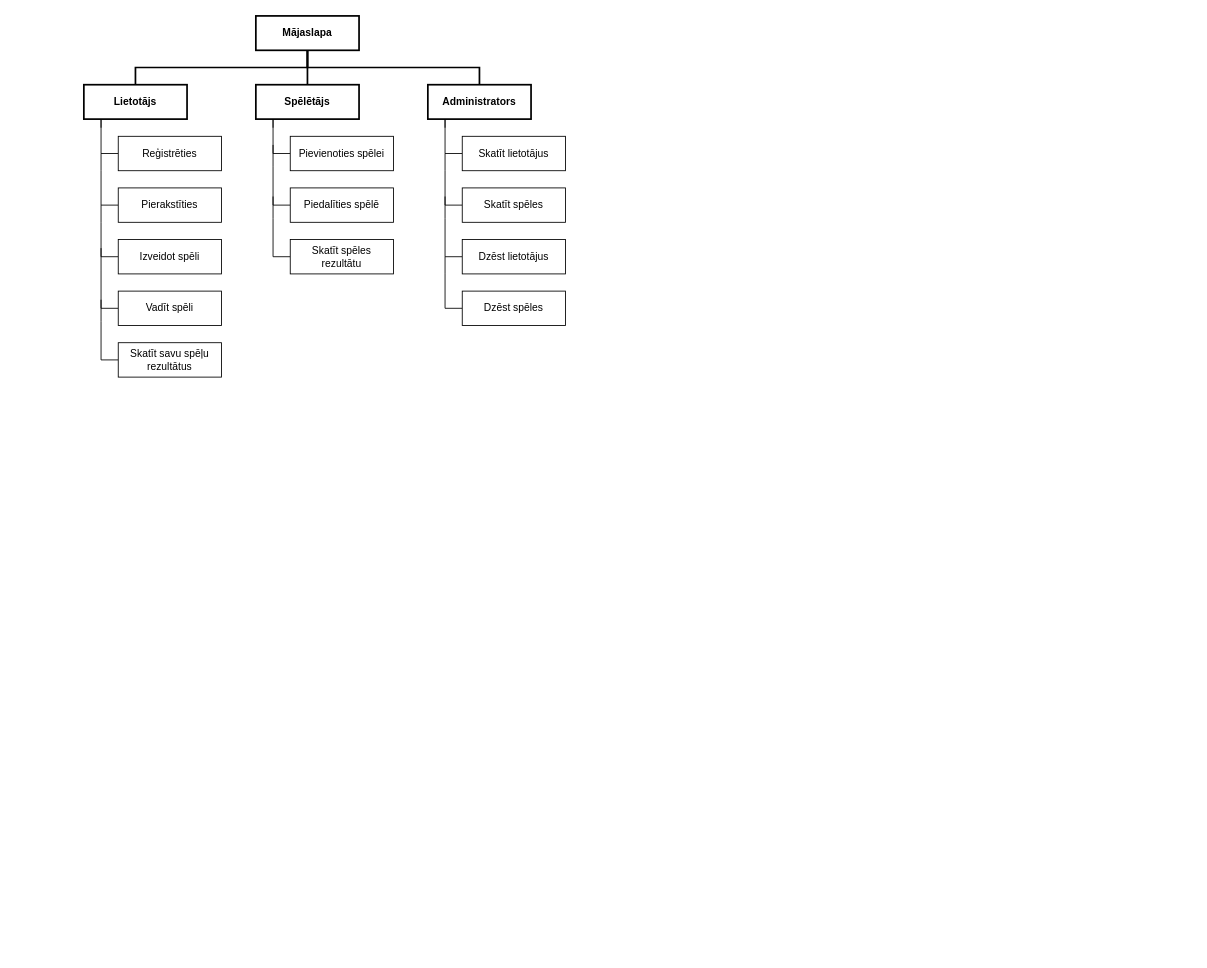
Above: dokumentacija/Dekompozicija.drawio in Edgars-P/RVT-Projekts-CardGame (draw.io), before the change. Source tidied: cells renumbered, new cells numbered last; positions are measured from the earlier drawing's top-left corner, leaving out a move shared by most shapes. Both pictures are drawn from the tidied source at 86%, with x=0, y=0 at pixel (83, 15).
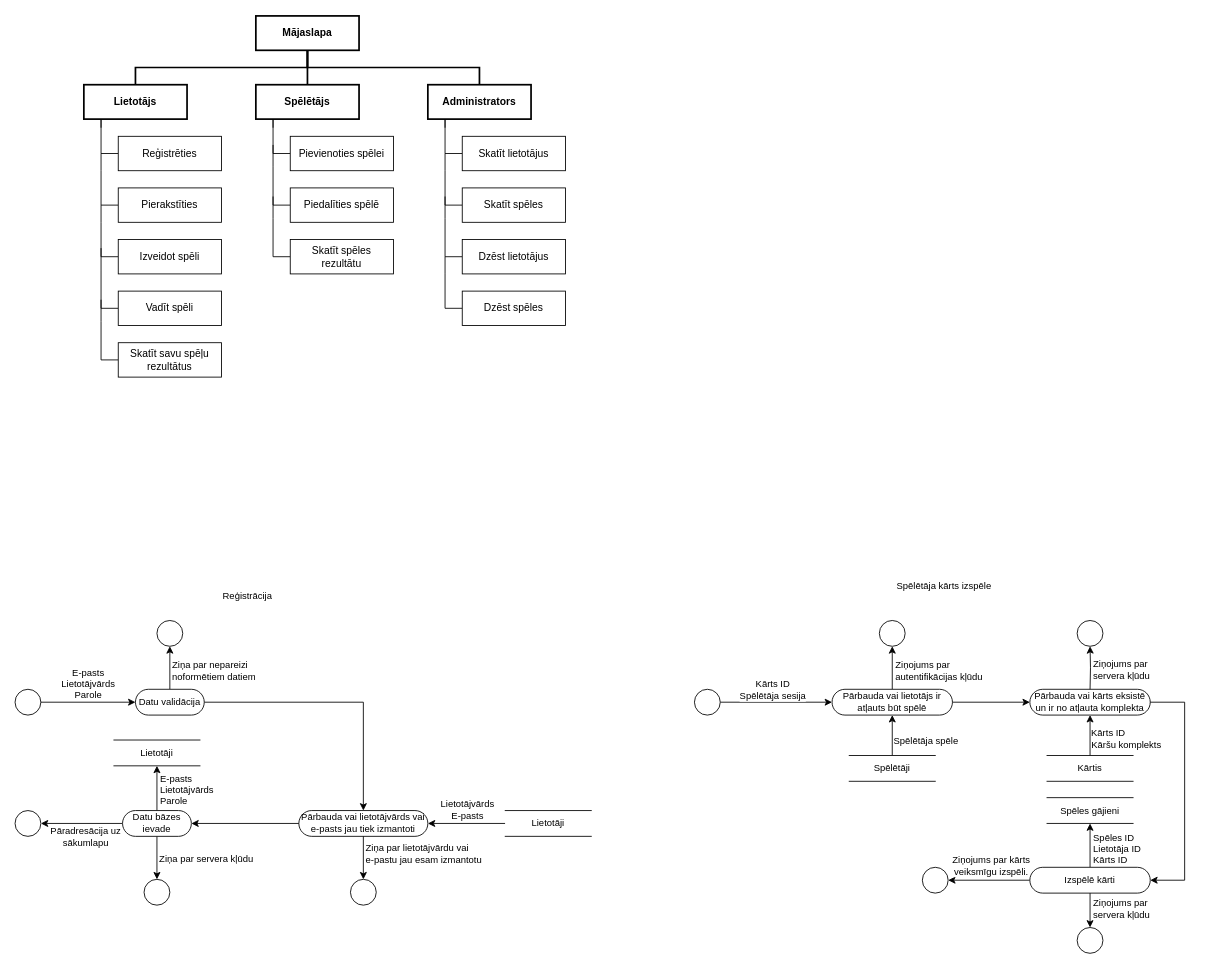
The same diagram, later.

The edit, as a diff of the source:
```diff
@@
+    <mxCell id="33" style="edgeStyle=orthogonalEdgeStyle;shape=connector;rounded=0;jettySize=auto;html=1;labelBackgroundColor=default;strokeColor=default;align=center;verticalAlign=middle;fontFamily=Helvetica;fontSize=11;fontColor=default;endArrow=classic;endFill=1;" parent="1" edge="1" source="35" target="39">
+      <mxGeometry relative="1" as="geometry" />
+    </mxCell>
+    <mxCell id="34" value="E-pasts&lt;br&gt;Lietotājvārds&lt;br&gt;Parole" style="edgeLabel;html=1;align=center;verticalAlign=middle;fontSize=11;fontFamily=Helvetica;fontColor=default;" parent="33" vertex="1">
+      <mxGeometry x="0.17" y="-1" relative="1" as="geometry">
+        <mxPoint x="-10" y="-23" as="offset" />
+      </mxGeometry>
+    </mxCell>
+    <mxCell id="35" style="shape=ellipse;html=1;dashed=0;whiteSpace=wrap;perimeter=ellipsePerimeter;fontFamily=Helvetica;fontSize=11;fontColor=default;" parent="1" vertex="1">
+      <mxGeometry x="-80" y="783" width="30" height="30" as="geometry" />
+    </mxCell>
+    <mxCell id="36" style="edgeStyle=orthogonalEdgeStyle;shape=connector;rounded=0;jettySize=auto;html=1;labelBackgroundColor=default;strokeColor=default;align=center;verticalAlign=middle;fontFamily=Helvetica;fontSize=11;fontColor=default;endArrow=classic;endFill=1;" parent="1" edge="1" source="39" target="40">
+      <mxGeometry relative="1" as="geometry" />
+    </mxCell>
+    <mxCell id="37" value="&lt;div align=&quot;left&quot;&gt;Ziņa par nepareizi &lt;br&gt;&lt;/div&gt;&lt;div align=&quot;left&quot;&gt;noformētiem datiem&lt;br&gt;&lt;/div&gt;" style="edgeLabel;html=1;align=left;verticalAlign=middle;fontSize=11;fontFamily=Helvetica;fontColor=default;" parent="36" vertex="1">
+      <mxGeometry x="0.08" y="1" relative="1" as="geometry">
+        <mxPoint x="2" y="5" as="offset" />
+      </mxGeometry>
+    </mxCell>
+    <mxCell id="38" style="edgeStyle=orthogonalEdgeStyle;shape=connector;rounded=0;jettySize=auto;html=1;labelBackgroundColor=default;strokeColor=default;align=center;verticalAlign=middle;fontFamily=Helvetica;fontSize=11;fontColor=default;endArrow=classic;endFill=1;" parent="1" edge="1" source="39" target="41">
+      <mxGeometry relative="1" as="geometry" />
+    </mxCell>
+    <mxCell id="39" value="Datu validācija" style="html=1;dashed=0;whiteSpace=wrap;shape=mxgraph.dfd.start;fontFamily=Helvetica;fontSize=11;fontColor=default;" parent="1" vertex="1">
+      <mxGeometry x="60" y="783" width="80" height="30" as="geometry" />
+    </mxCell>
+    <mxCell id="40" style="shape=ellipse;html=1;dashed=0;whiteSpace=wrap;perimeter=ellipsePerimeter;fontFamily=Helvetica;fontSize=11;fontColor=default;" parent="1" vertex="1">
+      <mxGeometry x="85" y="703" width="30" height="30" as="geometry" />
+    </mxCell>
+    <mxCell id="41" value="Pārbauda vai lietotājvārds vai e-pasts jau tiek izmantoti" style="html=1;dashed=0;whiteSpace=wrap;shape=mxgraph.dfd.start;fontFamily=Helvetica;fontSize=11;fontColor=default;" parent="1" vertex="1">
+      <mxGeometry x="250" y="924" width="150" height="30" as="geometry" />
+    </mxCell>
+    <mxCell id="42" style="edgeStyle=orthogonalEdgeStyle;shape=connector;rounded=0;jettySize=auto;html=1;labelBackgroundColor=default;strokeColor=default;align=center;verticalAlign=middle;fontFamily=Helvetica;fontSize=11;fontColor=default;endArrow=classic;endFill=1;exitX=0.5;exitY=0.5;exitDx=0;exitDy=15;exitPerimeter=0;" parent="1" edge="1" source="41" target="44">
+      <mxGeometry relative="1" as="geometry" />
+    </mxCell>
+    <mxCell id="43" value="&lt;div align=&quot;left&quot;&gt;Ziņa par lietotājvārdu vai&amp;nbsp;&lt;/div&gt;&lt;div align=&quot;left&quot;&gt;e-pastu jau esam izmantotu&lt;br&gt;&lt;/div&gt;" style="edgeLabel;html=1;align=left;verticalAlign=middle;fontSize=11;fontFamily=Helvetica;fontColor=default;" parent="42" vertex="1">
+      <mxGeometry x="0.08" y="1" relative="1" as="geometry">
+        <mxPoint y="-7" as="offset" />
+      </mxGeometry>
+    </mxCell>
+    <mxCell id="44" style="shape=ellipse;html=1;dashed=0;whiteSpace=wrap;perimeter=ellipsePerimeter;fontFamily=Helvetica;fontSize=11;fontColor=default;" parent="1" vertex="1">
+      <mxGeometry x="310" y="1004" width="30" height="30" as="geometry" />
+    </mxCell>
+    <mxCell id="45" style="edgeStyle=orthogonalEdgeStyle;shape=connector;rounded=0;jettySize=auto;html=1;labelBackgroundColor=default;strokeColor=default;align=center;verticalAlign=middle;fontFamily=Helvetica;fontSize=11;fontColor=default;endArrow=classic;endFill=1;" parent="1" edge="1" source="51" target="53">
+      <mxGeometry relative="1" as="geometry" />
+    </mxCell>
+    <mxCell id="46" value="Ziņa par servera kļūdu" style="edgeLabel;html=1;align=left;verticalAlign=middle;fontSize=11;fontFamily=Helvetica;fontColor=default;" parent="45" vertex="1">
+      <mxGeometry x="0.01" relative="1" as="geometry">
+        <mxPoint x="1" as="offset" />
+      </mxGeometry>
+    </mxCell>
+    <mxCell id="47" style="edgeStyle=orthogonalEdgeStyle;shape=connector;rounded=0;jettySize=auto;html=1;labelBackgroundColor=default;strokeColor=default;align=center;verticalAlign=middle;fontFamily=Helvetica;fontSize=11;fontColor=default;endArrow=classic;endFill=1;" parent="1" edge="1" source="51" target="54">
+      <mxGeometry relative="1" as="geometry" />
+    </mxCell>
+    <mxCell id="48" value="&lt;div align=&quot;left&quot;&gt;E-pasts&lt;br&gt;Lietotājvārds&lt;br&gt;&lt;/div&gt;&lt;div align=&quot;left&quot;&gt;Parole&lt;/div&gt;" style="edgeLabel;html=1;align=left;verticalAlign=middle;fontSize=11;fontFamily=Helvetica;fontColor=default;" parent="47" vertex="1">
+      <mxGeometry x="0.16" y="-2" relative="1" as="geometry">
+        <mxPoint y="5" as="offset" />
+      </mxGeometry>
+    </mxCell>
+    <mxCell id="49" style="edgeStyle=orthogonalEdgeStyle;shape=connector;rounded=0;jettySize=auto;html=1;labelBackgroundColor=default;strokeColor=default;align=center;verticalAlign=middle;fontFamily=Helvetica;fontSize=11;fontColor=default;endArrow=classic;endFill=1;" parent="1" edge="1" source="51" target="58">
+      <mxGeometry relative="1" as="geometry" />
+    </mxCell>
+    <mxCell id="50" value="Pāradresācija uz &lt;br&gt;sākumlapu" style="edgeLabel;html=1;align=center;verticalAlign=middle;fontSize=11;fontFamily=Helvetica;fontColor=default;" parent="49" vertex="1">
+      <mxGeometry x="0.19" y="2" relative="1" as="geometry">
+        <mxPoint x="13" y="13" as="offset" />
+      </mxGeometry>
+    </mxCell>
+    <mxCell id="51" value="Datu bāzes ievade" style="html=1;dashed=0;whiteSpace=wrap;shape=mxgraph.dfd.start;fontFamily=Helvetica;fontSize=11;fontColor=default;" parent="1" vertex="1">
+      <mxGeometry x="45" y="924" width="80" height="30" as="geometry" />
+    </mxCell>
+    <mxCell id="52" style="edgeStyle=orthogonalEdgeStyle;shape=connector;rounded=0;jettySize=auto;html=1;entryX=1;entryY=0.5;entryDx=0;entryDy=0;entryPerimeter=0;labelBackgroundColor=default;strokeColor=default;align=center;verticalAlign=middle;fontFamily=Helvetica;fontSize=11;fontColor=default;endArrow=classic;endFill=1;exitX=0;exitY=0.5;exitDx=0;exitDy=0;exitPerimeter=0;" parent="1" edge="1" source="41" target="51">
+      <mxGeometry relative="1" as="geometry" />
+    </mxCell>
+    <mxCell id="53" style="shape=ellipse;html=1;dashed=0;whiteSpace=wrap;perimeter=ellipsePerimeter;fontFamily=Helvetica;fontSize=11;fontColor=default;" parent="1" vertex="1">
+      <mxGeometry x="70" y="1004" width="30" height="30" as="geometry" />
+    </mxCell>
+    <mxCell id="54" value="Lietotāji" style="html=1;dashed=0;whiteSpace=wrap;shape=partialRectangle;right=0;left=0;fontFamily=Helvetica;fontSize=11;fontColor=default;" parent="1" vertex="1">
+      <mxGeometry x="35" y="842" width="100" height="30" as="geometry" />
+    </mxCell>
+    <mxCell id="55" style="edgeStyle=orthogonalEdgeStyle;shape=connector;rounded=0;jettySize=auto;html=1;labelBackgroundColor=default;strokeColor=default;align=center;verticalAlign=middle;fontFamily=Helvetica;fontSize=11;fontColor=default;endArrow=classic;endFill=1;" parent="1" edge="1" source="57" target="41">
+      <mxGeometry relative="1" as="geometry" />
+    </mxCell>
+    <mxCell id="56" value="&lt;div align=&quot;center&quot;&gt;Lietotājvārds&lt;br&gt;&lt;/div&gt;&lt;div align=&quot;center&quot;&gt;E-pasts&lt;br&gt;&lt;/div&gt;" style="edgeLabel;html=1;align=center;verticalAlign=middle;fontSize=11;fontFamily=Helvetica;fontColor=default;" parent="55" vertex="1">
+      <mxGeometry x="0.07" y="1" relative="1" as="geometry">
+        <mxPoint x="3" y="-18" as="offset" />
+      </mxGeometry>
+    </mxCell>
+    <mxCell id="57" value="Lietotāji" style="html=1;dashed=0;whiteSpace=wrap;shape=partialRectangle;right=0;left=0;fontFamily=Helvetica;fontSize=11;fontColor=default;" parent="1" vertex="1">
+      <mxGeometry x="490" y="924" width="100" height="30" as="geometry" />
+    </mxCell>
+    <mxCell id="58" style="shape=ellipse;html=1;dashed=0;whiteSpace=wrap;perimeter=ellipsePerimeter;fontFamily=Helvetica;fontSize=11;fontColor=default;" parent="1" vertex="1">
+      <mxGeometry x="-80" y="924" width="30" height="30" as="geometry" />
+    </mxCell>
+    <mxCell id="59" value="Reģistrācija" style="text;html=1;align=center;verticalAlign=middle;strokeColor=none;fillColor=none;fontSize=11;fontFamily=Helvetica;fontColor=default;" parent="1" vertex="1">
+      <mxGeometry x="150" y="660" width="80" height="30" as="geometry" />
+    </mxCell>
+    <mxCell id="60" style="edgeStyle=orthogonalEdgeStyle;shape=connector;rounded=0;jettySize=auto;html=1;labelBackgroundColor=default;strokeColor=default;align=center;verticalAlign=middle;fontFamily=Helvetica;fontSize=11;fontColor=default;endArrow=classic;endFill=1;" parent="1" edge="1" source="62" target="66">
+      <mxGeometry relative="1" as="geometry" />
+    </mxCell>
+    <mxCell id="61" value="Kārts ID&lt;br&gt;Spēlētāja sesija" style="edgeLabel;html=1;align=center;verticalAlign=middle;fontSize=11;fontFamily=Helvetica;fontColor=default;" parent="60" vertex="1">
+      <mxGeometry x="0.09" y="-1" relative="1" as="geometry">
+        <mxPoint x="-11" y="-16" as="offset" />
+      </mxGeometry>
+    </mxCell>
+    <mxCell id="62" style="shape=ellipse;html=1;dashed=0;whiteSpace=wrap;perimeter=ellipsePerimeter;fontFamily=Helvetica;fontSize=11;fontColor=default;" parent="1" vertex="1">
+      <mxGeometry x="710" y="783" width="30" height="30" as="geometry" />
+    </mxCell>
+    <mxCell id="63" style="edgeStyle=orthogonalEdgeStyle;shape=connector;rounded=0;jettySize=auto;html=1;labelBackgroundColor=default;strokeColor=default;align=center;verticalAlign=middle;fontFamily=Helvetica;fontSize=11;fontColor=default;endArrow=classic;endFill=1;" parent="1" edge="1" source="66" target="67">
+      <mxGeometry relative="1" as="geometry" />
+    </mxCell>
+    <mxCell id="64" value="&lt;div align=&quot;left&quot;&gt;Ziņojums par &lt;br&gt;autentifikācijas kļūdu&lt;br&gt;&lt;/div&gt;" style="edgeLabel;html=1;align=left;verticalAlign=middle;fontSize=11;fontFamily=Helvetica;fontColor=default;" parent="63" vertex="1">
+      <mxGeometry x="0.05" y="2" relative="1" as="geometry">
+        <mxPoint x="4" y="4" as="offset" />
+      </mxGeometry>
+    </mxCell>
+    <mxCell id="65" style="edgeStyle=orthogonalEdgeStyle;shape=connector;rounded=0;jettySize=auto;html=1;labelBackgroundColor=default;strokeColor=default;align=center;verticalAlign=middle;fontFamily=Helvetica;fontSize=11;fontColor=default;endArrow=classic;endFill=1;" parent="1" edge="1" source="66" target="71">
+      <mxGeometry relative="1" as="geometry" />
+    </mxCell>
+    <mxCell id="66" value="Pārbauda vai lietotājs ir atļauts būt spēlē" style="html=1;dashed=0;whiteSpace=wrap;shape=mxgraph.dfd.start;fontFamily=Helvetica;fontSize=11;fontColor=default;" parent="1" vertex="1">
+      <mxGeometry x="870" y="783" width="140" height="30" as="geometry" />
+    </mxCell>
+    <mxCell id="67" style="shape=ellipse;html=1;dashed=0;whiteSpace=wrap;perimeter=ellipsePerimeter;fontFamily=Helvetica;fontSize=11;fontColor=default;" parent="1" vertex="1">
+      <mxGeometry x="925" y="703" width="30" height="30" as="geometry" />
+    </mxCell>
+    <mxCell id="68" style="edgeStyle=orthogonalEdgeStyle;shape=connector;rounded=0;jettySize=auto;html=1;labelBackgroundColor=default;strokeColor=default;align=center;verticalAlign=middle;fontFamily=Helvetica;fontSize=11;fontColor=default;endArrow=classic;endFill=1;" parent="1" edge="1" source="70" target="66">
+      <mxGeometry relative="1" as="geometry" />
+    </mxCell>
+    <mxCell id="69" value="&lt;div align=&quot;left&quot;&gt;Spēlētāja spēle&lt;/div&gt;" style="edgeLabel;html=1;align=left;verticalAlign=middle;fontSize=11;fontFamily=Helvetica;fontColor=default;" parent="68" vertex="1">
+      <mxGeometry x="0.04" y="-3" relative="1" as="geometry">
+        <mxPoint x="-3" y="6" as="offset" />
+      </mxGeometry>
+    </mxCell>
+    <mxCell id="70" value="Spēlētāji" style="html=1;dashed=0;whiteSpace=wrap;shape=partialRectangle;right=0;left=0;fontFamily=Helvetica;fontSize=11;fontColor=default;" parent="1" vertex="1">
+      <mxGeometry x="890" y="860" width="100" height="30" as="geometry" />
+    </mxCell>
+    <mxCell id="71" value="Pārbauda vai kārts eksistē&lt;br&gt;un ir no atļauta komplekta" style="html=1;dashed=0;whiteSpace=wrap;shape=mxgraph.dfd.start;fontFamily=Helvetica;fontSize=11;fontColor=default;" parent="1" vertex="1">
+      <mxGeometry x="1100" y="783" width="140" height="30" as="geometry" />
+    </mxCell>
+    <mxCell id="72" style="edgeStyle=orthogonalEdgeStyle;shape=connector;rounded=0;jettySize=auto;html=1;labelBackgroundColor=default;strokeColor=default;align=center;verticalAlign=middle;fontFamily=Helvetica;fontSize=11;fontColor=default;endArrow=classic;endFill=1;" parent="1" edge="1" source="75" target="71">
+      <mxGeometry relative="1" as="geometry" />
+    </mxCell>
+    <mxCell id="73" value="Kārts ID" style="edgeLabel;html=1;align=center;verticalAlign=middle;fontSize=11;fontFamily=Helvetica;fontColor=default;" parent="72" vertex="1">
+      <mxGeometry x="-0.35" relative="1" as="geometry">
+        <mxPoint x="20" y="-12" as="offset" />
+      </mxGeometry>
+    </mxCell>
+    <mxCell id="74" value="Kāršu komplekts" style="edgeLabel;html=1;align=center;verticalAlign=middle;fontSize=11;fontFamily=Helvetica;fontColor=default;" parent="72" vertex="1">
+      <mxGeometry x="-0.48" y="1" relative="1" as="geometry">
+        <mxPoint x="42" y="-1" as="offset" />
+      </mxGeometry>
+    </mxCell>
+    <mxCell id="75" value="Kārtis" style="html=1;dashed=0;whiteSpace=wrap;shape=partialRectangle;right=0;left=0;fontFamily=Helvetica;fontSize=11;fontColor=default;" parent="1" vertex="1">
+      <mxGeometry x="1120" y="860" width="100" height="30" as="geometry" />
+    </mxCell>
+    <mxCell id="76" style="edgeStyle=orthogonalEdgeStyle;shape=connector;rounded=0;jettySize=auto;html=1;labelBackgroundColor=default;strokeColor=default;align=center;verticalAlign=middle;fontFamily=Helvetica;fontSize=11;fontColor=default;endArrow=classic;endFill=1;" parent="1" edge="1" target="78">
+      <mxGeometry relative="1" as="geometry">
+        <mxPoint x="1170" y="783" as="sourcePoint" />
+      </mxGeometry>
+    </mxCell>
+    <mxCell id="77" value="&lt;div align=&quot;left&quot;&gt;Ziņojums par &lt;br&gt;servera kļūdu&lt;br&gt;&lt;/div&gt;" style="edgeLabel;html=1;align=left;verticalAlign=middle;fontSize=11;fontFamily=Helvetica;fontColor=default;" parent="76" vertex="1">
+      <mxGeometry x="0.05" y="2" relative="1" as="geometry">
+        <mxPoint x="4" y="4" as="offset" />
+      </mxGeometry>
+    </mxCell>
+    <mxCell id="78" style="shape=ellipse;html=1;dashed=0;whiteSpace=wrap;perimeter=ellipsePerimeter;fontFamily=Helvetica;fontSize=11;fontColor=default;" parent="1" vertex="1">
+      <mxGeometry x="1155" y="703" width="30" height="30" as="geometry" />
+    </mxCell>
+    <mxCell id="79" style="edgeStyle=orthogonalEdgeStyle;shape=connector;rounded=0;jettySize=auto;html=1;labelBackgroundColor=default;strokeColor=default;align=center;verticalAlign=middle;fontFamily=Helvetica;fontSize=11;fontColor=default;endArrow=classic;endFill=1;" parent="1" edge="1" source="83" target="84">
+      <mxGeometry relative="1" as="geometry" />
+    </mxCell>
+    <mxCell id="80" value="&lt;div align=&quot;left&quot;&gt;Spēles ID&lt;br&gt;Lietotāja ID&lt;br&gt;Kārts ID&lt;/div&gt;" style="edgeLabel;html=1;align=left;verticalAlign=middle;fontSize=11;fontFamily=Helvetica;fontColor=default;" parent="79" vertex="1">
+      <mxGeometry x="-0.15" y="1" relative="1" as="geometry">
+        <mxPoint x="3" as="offset" />
+      </mxGeometry>
+    </mxCell>
+    <mxCell id="81" style="edgeStyle=orthogonalEdgeStyle;shape=connector;rounded=0;jettySize=auto;html=1;labelBackgroundColor=default;strokeColor=default;align=center;verticalAlign=middle;fontFamily=Helvetica;fontSize=11;fontColor=default;endArrow=classic;endFill=1;" parent="1" edge="1" source="83" target="89">
+      <mxGeometry relative="1" as="geometry" />
+    </mxCell>
+    <mxCell id="82" value="Ziņojums par kārts &lt;br&gt;veiksmīgu izspēli." style="edgeLabel;html=1;align=center;verticalAlign=middle;fontSize=11;fontFamily=Helvetica;fontColor=default;" parent="81" vertex="1">
+      <mxGeometry x="-0.2" y="1" relative="1" as="geometry">
+        <mxPoint x="-8" y="-19" as="offset" />
+      </mxGeometry>
+    </mxCell>
+    <mxCell id="83" value="Izspēlē kārti" style="html=1;dashed=0;whiteSpace=wrap;shape=mxgraph.dfd.start;fontFamily=Helvetica;fontSize=11;fontColor=default;" parent="1" vertex="1">
+      <mxGeometry x="1100" y="990" width="140" height="30" as="geometry" />
+    </mxCell>
+    <mxCell id="84" value="Spēles gājieni" style="html=1;dashed=0;whiteSpace=wrap;shape=partialRectangle;right=0;left=0;fontFamily=Helvetica;fontSize=11;fontColor=default;" parent="1" vertex="1">
+      <mxGeometry x="1120" y="909" width="100" height="30" as="geometry" />
+    </mxCell>
+    <mxCell id="85" style="edgeStyle=orthogonalEdgeStyle;shape=connector;rounded=0;jettySize=auto;html=1;entryX=1;entryY=0.5;entryDx=0;entryDy=0;entryPerimeter=0;labelBackgroundColor=default;strokeColor=default;align=center;verticalAlign=middle;fontFamily=Helvetica;fontSize=11;fontColor=default;endArrow=classic;endFill=1;exitX=1;exitY=0.5;exitDx=0;exitDy=0;exitPerimeter=0;" parent="1" edge="1" source="71" target="83">
+      <mxGeometry relative="1" as="geometry">
+        <Array as="points">
+          <mxPoint x="1280" y="798" />
+          <mxPoint x="1280" y="1005" />
+        </Array>
+      </mxGeometry>
+    </mxCell>
+    <mxCell id="86" style="edgeStyle=orthogonalEdgeStyle;shape=connector;rounded=0;jettySize=auto;html=1;labelBackgroundColor=default;strokeColor=default;align=center;verticalAlign=middle;fontFamily=Helvetica;fontSize=11;fontColor=default;endArrow=classic;endFill=1;exitX=0.5;exitY=0.5;exitDx=0;exitDy=15;exitPerimeter=0;" parent="1" edge="1" source="83" target="88">
+      <mxGeometry relative="1" as="geometry" />
+    </mxCell>
+    <mxCell id="87" value="&lt;div align=&quot;left&quot;&gt;Ziņojums par &lt;br&gt;servera kļūdu&lt;br&gt;&lt;/div&gt;" style="edgeLabel;html=1;align=left;verticalAlign=middle;fontSize=11;fontFamily=Helvetica;fontColor=default;" parent="86" vertex="1">
+      <mxGeometry x="0.05" y="2" relative="1" as="geometry">
+        <mxPoint y="-4" as="offset" />
+      </mxGeometry>
+    </mxCell>
+    <mxCell id="88" style="shape=ellipse;html=1;dashed=0;whiteSpace=wrap;perimeter=ellipsePerimeter;fontFamily=Helvetica;fontSize=11;fontColor=default;" parent="1" vertex="1">
+      <mxGeometry x="1155" y="1060" width="30" height="30" as="geometry" />
+    </mxCell>
+    <mxCell id="89" style="shape=ellipse;html=1;dashed=0;whiteSpace=wrap;perimeter=ellipsePerimeter;fontFamily=Helvetica;fontSize=11;fontColor=default;" parent="1" vertex="1">
+      <mxGeometry x="975" y="990" width="30" height="30" as="geometry" />
+    </mxCell>
+    <mxCell id="90" value="Spēlētāja kārts izspēle" style="text;html=1;align=center;verticalAlign=middle;strokeColor=none;fillColor=none;fontSize=11;fontFamily=Helvetica;fontColor=default;" parent="1" vertex="1">
+      <mxGeometry x="935" y="648" width="130" height="30" as="geometry" />
+    </mxCell>
```
